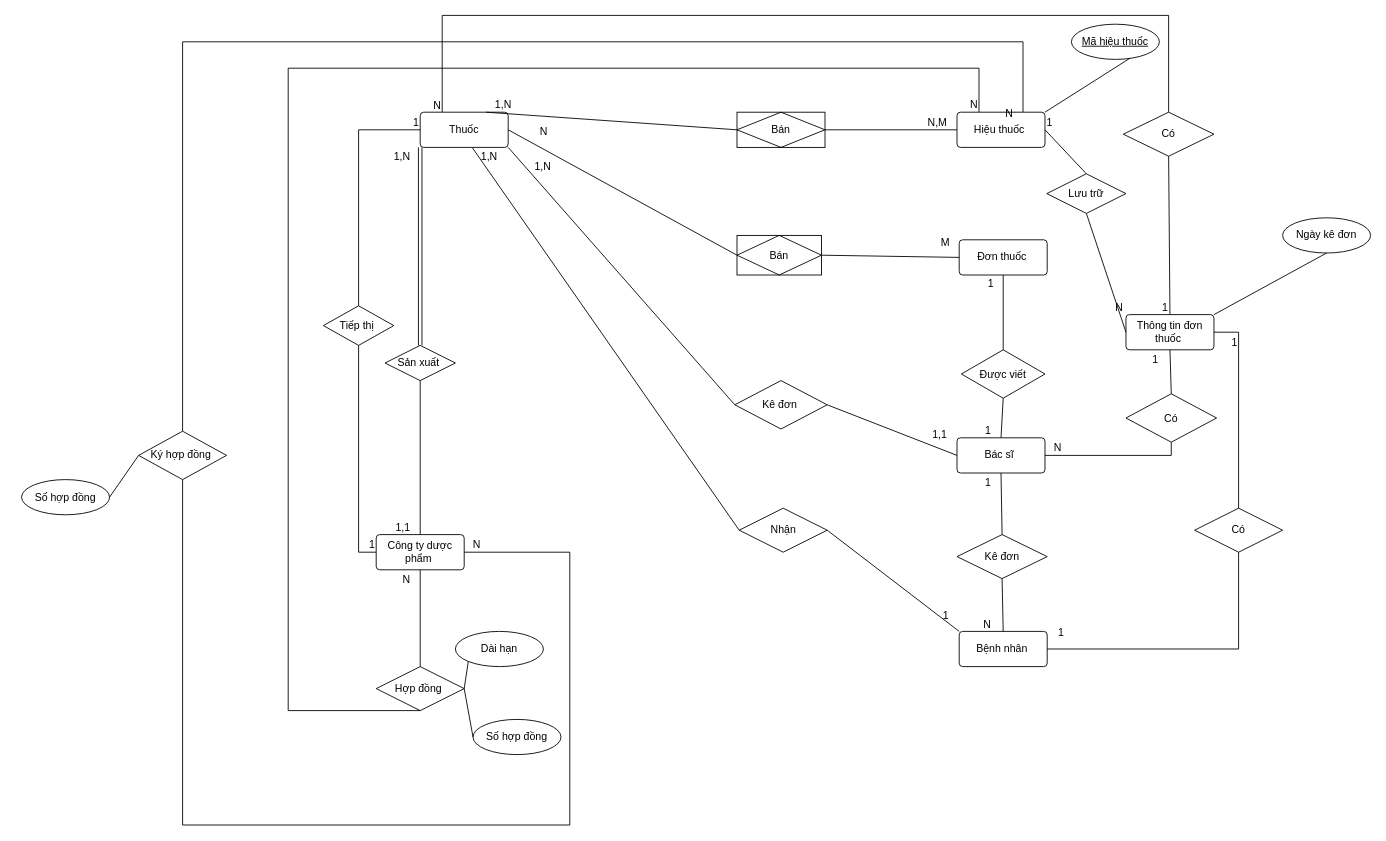
The draw.io diagram Biểu đồ không có tiêu đề.drawio in Hathe22/CSDL, before the edit. Source tidied: cells renumbered, new cells numbered last; positions are measured from the earlier drawing's top-left corner, leaving out a move shared by most shapes. Both pictures are drawn from the tidied source at 88%, with x=0, y=0 at pixel (21, 15).
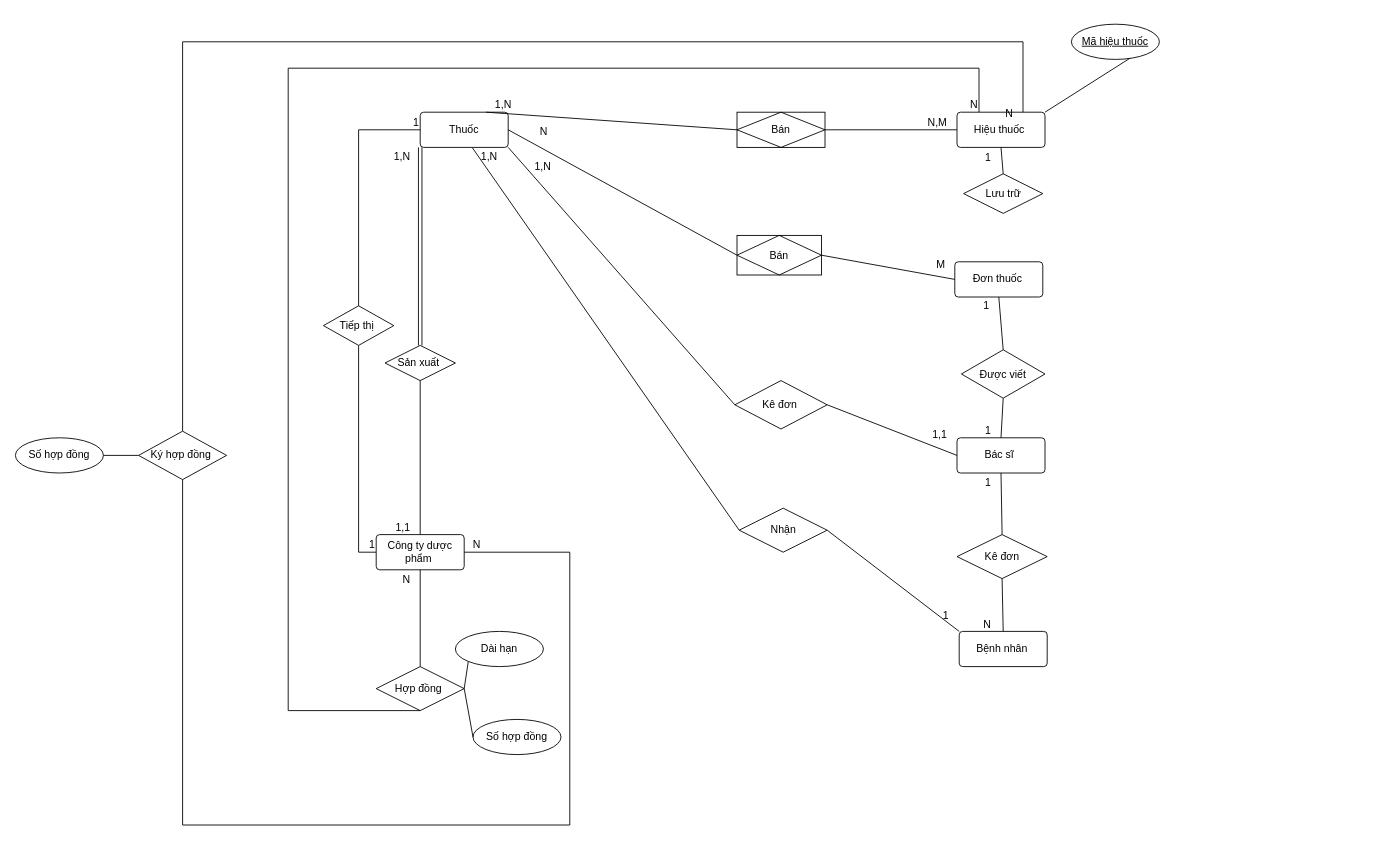
After the change.

The change refers to these unchanged cells:
```xml
<mxCell id="2" value="Thuốc" style="rounded=1;arcSize=10;whiteSpace=wrap;html=1;align=center;" parent="1" vertex="1">
  <mxGeometry x="453" y="110" width="100" height="40" as="geometry" />
</mxCell>
<mxCell id="4" value="Hiệu thuốc&amp;nbsp;" style="rounded=1;arcSize=10;whiteSpace=wrap;html=1;align=center;" parent="1" vertex="1">
  <mxGeometry x="1063" y="110" width="100" height="40" as="geometry" />
</mxCell>
<mxCell id="7" value="Bệnh nhân&amp;nbsp;" style="rounded=1;arcSize=10;whiteSpace=wrap;html=1;align=center;" parent="1" vertex="1">
  <mxGeometry x="1065.5" y="700" width="100" height="40" as="geometry" />
</mxCell>
<mxCell id="33" value="Bác sĩ&amp;nbsp;" style="rounded=1;arcSize=10;whiteSpace=wrap;html=1;align=center;" parent="1" vertex="1">
  <mxGeometry x="1063" y="480" width="100" height="40" as="geometry" />
</mxCell>
```

The edit, as a diff of the source:
```diff
@@
     <mxCell id="23" value="Đơn thuốc&amp;nbsp;" style="rounded=1;arcSize=10;whiteSpace=wrap;html=1;align=center;" parent="1" vertex="1">
-      <mxGeometry x="1065.5" y="255" width="100" height="40" as="geometry" />
+      <mxGeometry x="1060.5" y="280" width="100" height="40" as="geometry" />
     </mxCell>
@@
-    <mxCell id="29" value="Thông tin đơn thuốc&amp;nbsp;" style="rounded=1;arcSize=10;whiteSpace=wrap;html=1;align=center;" parent="1" vertex="1">
-      <mxGeometry x="1255" y="340" width="100" height="40" as="geometry" />
-    </mxCell>
-    <mxCell id="30" value="Có" style="shape=rhombus;perimeter=rhombusPerimeter;whiteSpace=wrap;html=1;align=center;" parent="1" vertex="1">
-      <mxGeometry x="1252" y="110" width="103" height="50" as="geometry" />
-    </mxCell>
-    <mxCell id="31" style="endArrow=none;html=1;rounded=0;exitX=0.5;exitY=0;exitDx=0;exitDy=0;entryX=0.25;entryY=0;entryDx=0;entryDy=0;edgeStyle=orthogonalEdgeStyle;" parent="1" edge="1" source="30" target="2">
-      <mxGeometry relative="1" as="geometry">
-        <Array as="points">
-          <mxPoint x="1304" />
-          <mxPoint x="478" />
-        </Array>
-      </mxGeometry>
-    </mxCell>
-    <mxCell id="32" value="N" style="html=1;whiteSpace=wrap;align=right;verticalAlign=bottom;" parent="31" vertex="1">
-      <mxGeometry x="1" relative="1" as="geometry" />
-    </mxCell>
@@
-    <mxCell id="34" style="edgeStyle=orthogonalEdgeStyle;rounded=0;jettySize=auto;html=1;exitX=1;exitY=0;exitDx=0;exitDy=0;entryX=0.5;entryY=1;entryDx=0;entryDy=0;strokeColor=none;" parent="1" edge="1" source="33" target="35">
-      <mxGeometry relative="1" as="geometry" />
-    </mxCell>
-    <mxCell id="35" value="Có" style="shape=rhombus;perimeter=rhombusPerimeter;whiteSpace=wrap;html=1;align=center;" parent="1" vertex="1">
-      <mxGeometry x="1255" y="430" width="103" height="55" as="geometry" />
-    </mxCell>
-    <mxCell id="36" style="endArrow=none;html=1;rounded=0;entryX=0.5;entryY=1;entryDx=0;entryDy=0;exitX=0.5;exitY=0;exitDx=0;exitDy=0;" parent="1" edge="1" source="35" target="29">
-      <mxGeometry relative="1" as="geometry" />
-    </mxCell>
-    <mxCell id="37" value="1" style="html=1;whiteSpace=wrap;align=right;verticalAlign=bottom;" parent="36" vertex="1">
-      <mxGeometry x="1" relative="1" as="geometry">
-        <mxPoint x="-12" y="20" as="offset" />
-      </mxGeometry>
-    </mxCell>
-    <mxCell id="38" style="endArrow=none;html=1;rounded=0;entryX=1;entryY=0.5;entryDx=0;entryDy=0;exitX=0.5;exitY=1;exitDx=0;exitDy=0;edgeStyle=orthogonalEdgeStyle;" parent="1" edge="1" source="35" target="33">
-      <mxGeometry relative="1" as="geometry" />
-    </mxCell>
-    <mxCell id="39" value="N" style="html=1;whiteSpace=wrap;align=right;verticalAlign=bottom;" parent="38" vertex="1">
-      <mxGeometry x="1" relative="1" as="geometry">
-        <mxPoint x="20" as="offset" />
-      </mxGeometry>
-    </mxCell>
-    <mxCell id="40" value="Có" style="shape=rhombus;perimeter=rhombusPerimeter;whiteSpace=wrap;html=1;align=center;" parent="1" vertex="1">
-      <mxGeometry x="1333" y="560" width="100" height="50" as="geometry" />
-    </mxCell>
-    <mxCell id="41" style="endArrow=none;html=1;rounded=0;entryX=1;entryY=0.5;entryDx=0;entryDy=0;exitX=0.5;exitY=0;exitDx=0;exitDy=0;edgeStyle=orthogonalEdgeStyle;" parent="1" edge="1" source="40" target="29">
-      <mxGeometry relative="1" as="geometry" />
-    </mxCell>
-    <mxCell id="42" value="1" style="html=1;whiteSpace=wrap;align=right;verticalAlign=bottom;" parent="41" vertex="1">
-      <mxGeometry x="1" relative="1" as="geometry">
-        <mxPoint x="28" y="20" as="offset" />
-      </mxGeometry>
-    </mxCell>
-    <mxCell id="43" style="endArrow=none;html=1;rounded=0;entryX=1;entryY=0.5;entryDx=0;entryDy=0;exitX=0.5;exitY=1;exitDx=0;exitDy=0;edgeStyle=orthogonalEdgeStyle;" parent="1" edge="1" source="40" target="7">
-      <mxGeometry relative="1" as="geometry" />
-    </mxCell>
-    <mxCell id="44" value="1" style="html=1;whiteSpace=wrap;align=right;verticalAlign=bottom;" parent="43" vertex="1">
-      <mxGeometry x="1" relative="1" as="geometry">
-        <mxPoint x="21" y="-10" as="offset" />
-      </mxGeometry>
-    </mxCell>
-    <mxCell id="45" value="Ngày kê đơn" style="ellipse;whiteSpace=wrap;html=1;align=center;" parent="1" vertex="1">
-      <mxGeometry x="1433" y="230" width="100" height="40" as="geometry" />
-    </mxCell>
-    <mxCell id="46" style="endArrow=none;html=1;rounded=0;entryX=1;entryY=0;entryDx=0;entryDy=0;exitX=0.5;exitY=1;exitDx=0;exitDy=0;" parent="1" edge="1" source="45" target="29">
-      <mxGeometry relative="1" as="geometry" />
-    </mxCell>
@@
     <mxCell id="49" value="Lưu trữ" style="shape=rhombus;perimeter=rhombusPerimeter;whiteSpace=wrap;html=1;align=center;" parent="1" vertex="1">
-      <mxGeometry x="1165" y="180" width="90" height="45" as="geometry" />
+      <mxGeometry x="1070.5" y="180" width="90" height="45" as="geometry" />
     </mxCell>
-    <mxCell id="50" style="endArrow=none;html=1;rounded=0;entryX=0;entryY=0.5;entryDx=0;entryDy=0;exitX=0.5;exitY=1;exitDx=0;exitDy=0;" parent="1" edge="1" source="49" target="29">
-      <mxGeometry relative="1" as="geometry" />
-    </mxCell>
-    <mxCell id="51" value="N" style="html=1;whiteSpace=wrap;align=right;verticalAlign=bottom;" parent="50" vertex="1">
-      <mxGeometry x="1" relative="1" as="geometry">
-        <mxPoint x="-2" y="-20" as="offset" />
-      </mxGeometry>
-    </mxCell>
-    <mxCell id="52" style="endArrow=none;html=1;rounded=0;entryX=1;entryY=0.5;entryDx=0;entryDy=0;exitX=0.5;exitY=0;exitDx=0;exitDy=0;" parent="1" edge="1" source="49" target="4">
+    <mxCell id="52" style="endArrow=none;html=1;rounded=0;entryX=0.5;entryY=1;entryDx=0;entryDy=0;exitX=0.5;exitY=0;exitDx=0;exitDy=0;" parent="1" edge="1" source="49" target="4">
       <mxGeometry relative="1" as="geometry" />
     </mxCell>
     <mxCell id="53" value="1" style="html=1;whiteSpace=wrap;align=right;verticalAlign=bottom;" parent="52" vertex="1">
       <mxGeometry x="1" relative="1" as="geometry">
-        <mxPoint x="10" as="offset" />
+        <mxPoint x="-10" y="20" as="offset" />
       </mxGeometry>
     </mxCell>
@@
-    <mxCell id="74" style="endArrow=none;html=1;rounded=0;entryX=0.5;entryY=0;entryDx=0;entryDy=0;exitX=0.5;exitY=1;exitDx=0;exitDy=0;" parent="1" edge="1" source="30" target="29">
-      <mxGeometry relative="1" as="geometry" />
-    </mxCell>
-    <mxCell id="75" value="1" style="html=1;whiteSpace=wrap;align=right;verticalAlign=bottom;" parent="74" vertex="1">
-      <mxGeometry x="1" relative="1" as="geometry">
-        <mxPoint x="-1" as="offset" />
-      </mxGeometry>
-    </mxCell>
@@
     <mxCell id="90" value="Số hợp đồng" style="ellipse;whiteSpace=wrap;html=1;align=center;" parent="1" vertex="1">
-      <mxGeometry y="527.5" width="100" height="40" as="geometry" />
+      <mxGeometry x="-7" y="480" width="100" height="40" as="geometry" />
     </mxCell>
```
